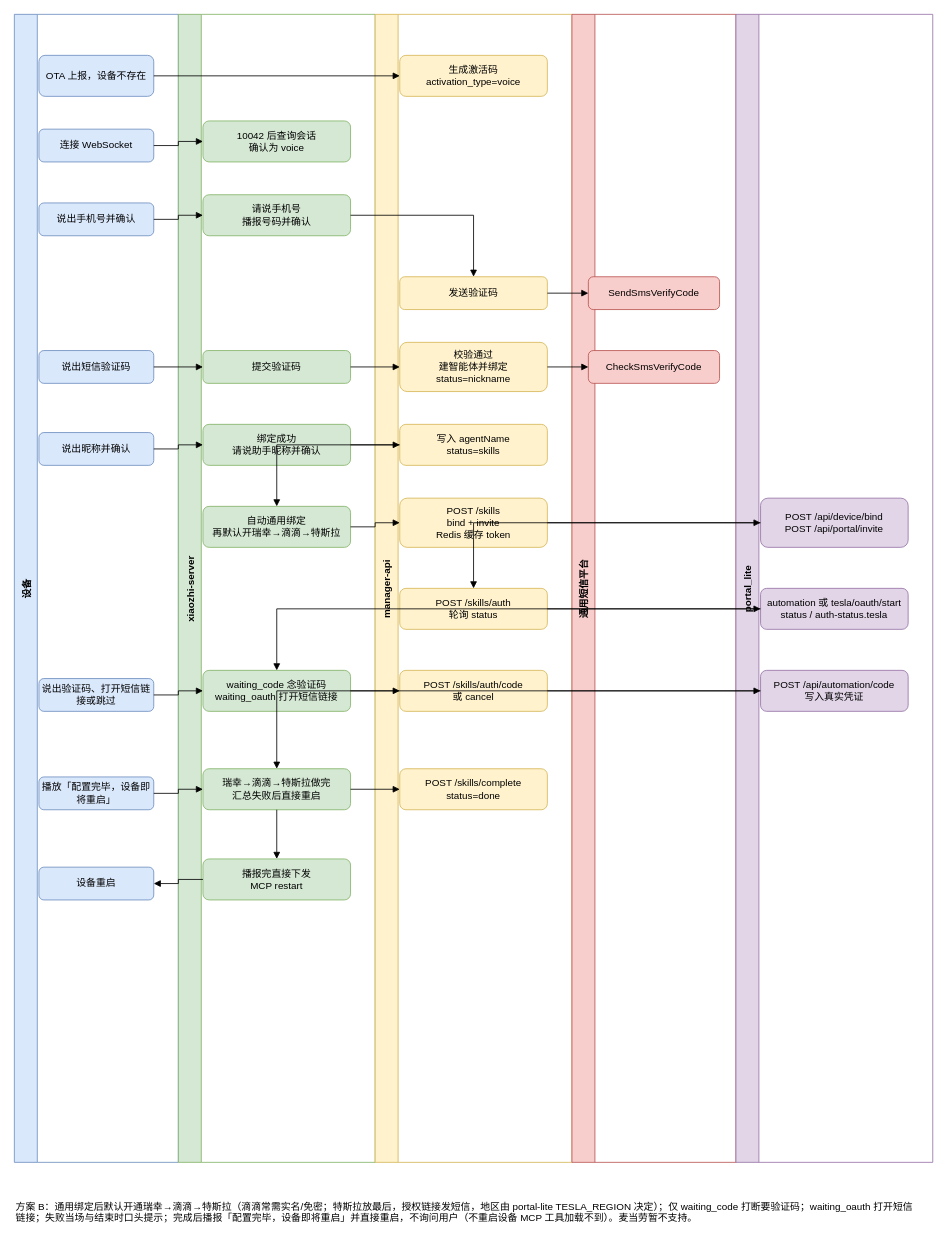
ElvisWangTech/xiaozhi-esp32-server keeps this draw.io diagram as docs/architecture/voice-activation.drawio. Above is the earlier version. Source tidied: cells renumbered, new cells numbered last; positions are measured from the earlier drawing's top-left corner, leaving out a move shared by most shapes. Both pictures are drawn from the tidied source at 82%, with x=0, y=0 at pixel (14, 14).
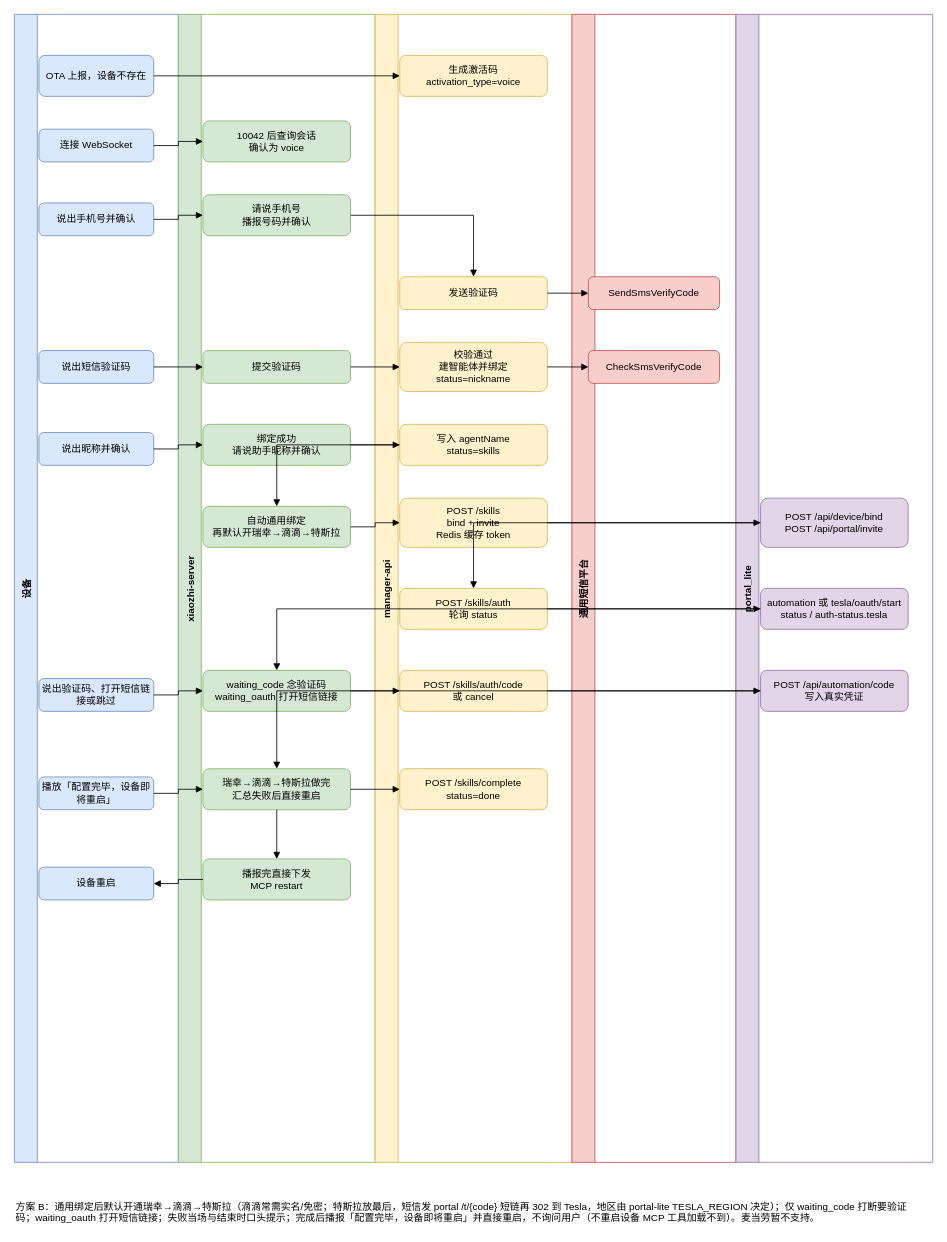
Above is the later version.

Diff of the diagram source:
```diff
@@
-    <mxCell id="60" value="方案 B：通用绑定后默认开通瑞幸→滴滴→特斯拉（滴滴常需实名/免密；特斯拉放最后，授权链接发短信，地区由 portal-lite TESLA_REGION 决定）；仅 waiting_code 打断要验证码；waiting_oauth 打开短信链接；失败当场与结束时口头提示；完成后播报「配置完毕，设备即将重启」并直接重启，不询问用户（不重启设备 MCP 工具加载不到）。麦当劳暂不支持。" style="text;html=1;strokeColor=none;fillColor=none;align=left;verticalAlign=top;whiteSpace=wrap;rounded=0;" parent="1" vertex="1">
+    <mxCell id="60" value="方案 B：通用绑定后默认开通瑞幸→滴滴→特斯拉（滴滴常需实名/免密；特斯拉放最后，短信发 portal /t/{code} 短链再 302 到 Tesla，地区由 portal-lite TESLA_REGION 决定）；仅 waiting_code 打断要验证码；waiting_oauth 打开短信链接；失败当场与结束时口头提示；完成后播报「配置完毕，设备即将重启」并直接重启，不询问用户（不重启设备 MCP 工具加载不到）。麦当劳暂不支持。" style="text;html=1;strokeColor=none;fillColor=none;align=left;verticalAlign=top;whiteSpace=wrap;rounded=0;" parent="1" vertex="1">
       <mxGeometry y="1440" width="1100" height="40" as="geometry" />
     </mxCell>
```
